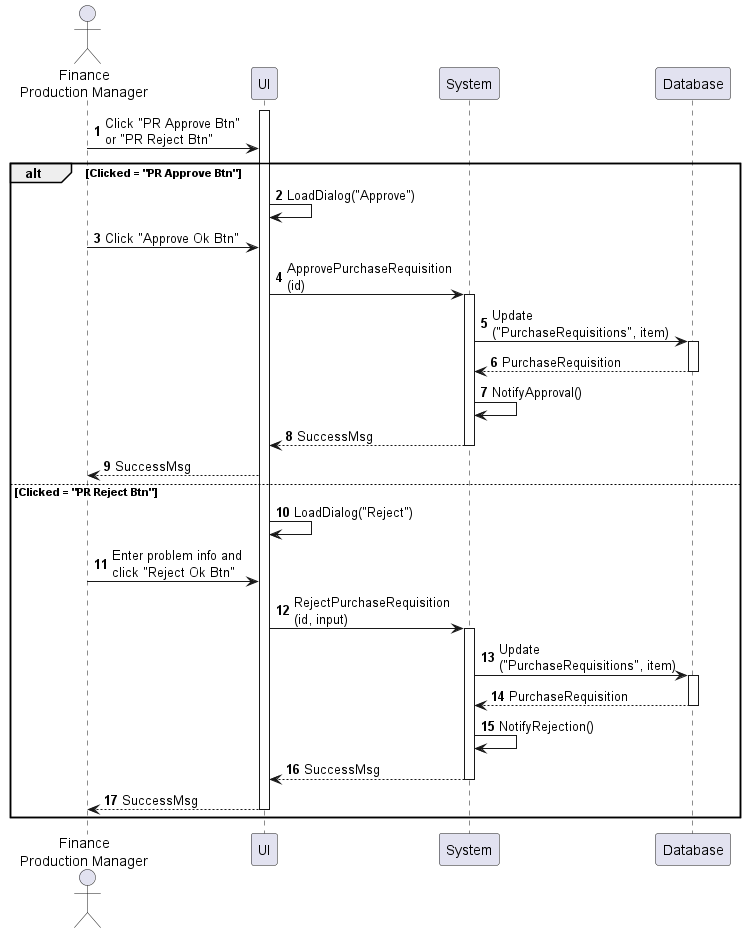
The PlantUML diagram sequences/purchase-requisition-approve.png in phihungha/scmss-reqs, before a commit.
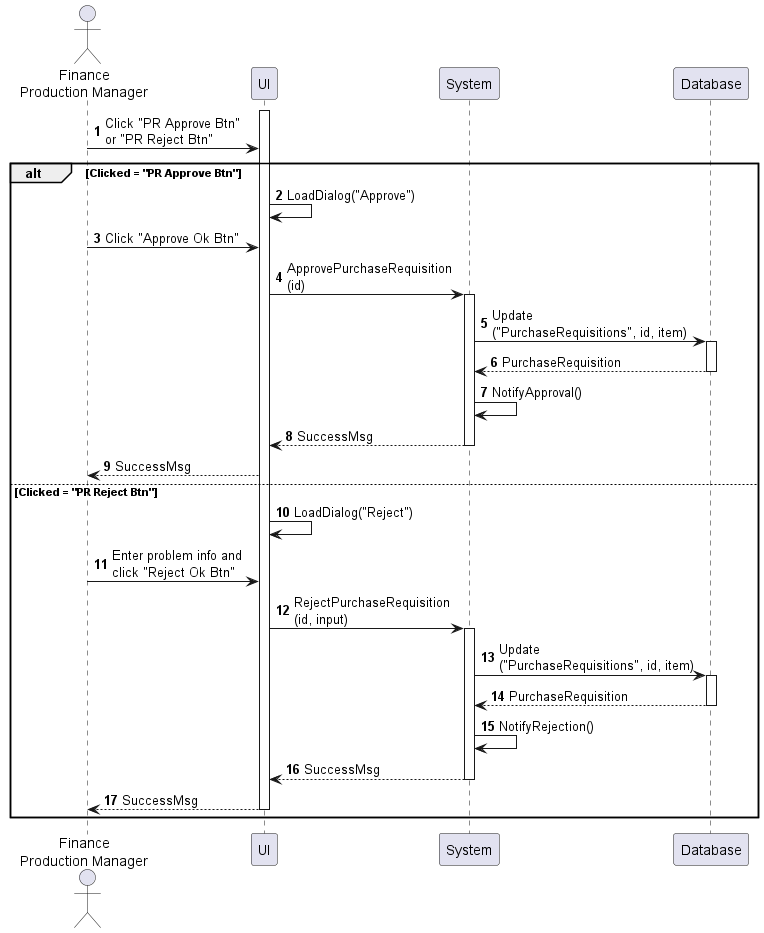
After the commit.

Diff of the diagram source:
```diff
@@ -14,7 +14,7 @@
     a -> f : Click "Approve Ok Btn"
     f -> b : ApprovePurchaseRequisition\n(id)
     activate b
-    b -> d : Update\n("PurchaseRequisitions", item)
+    b -> d : Update\n("PurchaseRequisitions", id, item)
     activate d
     return PurchaseRequisition
     b -> b : NotifyApproval()
@@ -26,7 +26,7 @@
     a -> f : Enter problem info and\nclick "Reject Ok Btn"
     f -> b : RejectPurchaseRequisition\n(id, input)
     activate b
-    b -> d : Update\n("PurchaseRequisitions", item)
+    b -> d : Update\n("PurchaseRequisitions", id, item)
     activate d
     return PurchaseRequisition
     b -> b : NotifyRejection()
```
